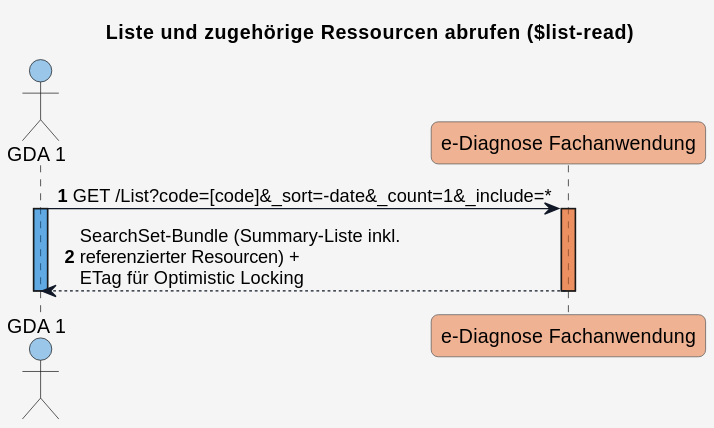
Earlier version of the PlantUML export input/images/plantuml/read.svg (HL7Austria/ELGA-e-Diagnose-R4). Its diagram source:
```plantuml
@startuml
title Liste und zugehörige Ressourcen abrufen ($list-read)

skinparam borderColor #000000
skinparam backgroundColor #f5f5f5
skinparam shadowing false
skinparam roundCorner 10
skinparam defaultFontName "Arial"
skinparam defaultFontSize 14
skinparam defaultFontColor #000000

skinparam note {
  BackgroundColor #e0e5f0-#d1d9e6
  BorderColor #8b95a5
  BorderThickness 1
  RoundCorner 8
  Padding 6
  FontColor #111827
  Shadowing true
}

skinparam HyperlinkColor #0000EE
skinparam HyperlinkUnderline false

skinparam sequence {
  ParticipantBorderColor #555555
  ParticipantBackgroundColor #ffffff
  ParticipantFontColor #000000
  ParticipantFontSize 14
  ParticipantPadding 20
  ArrowColor #111827
  ArrowThickness 1
  ArrowFontColor #000000
  ArrowFontSize 13
  GroupBorderColor #111827
  GroupBackgroundColor #eef2ff
  GroupBorderThickness 2
}

!define COLOR_GDA_1    #0078D460
!define COLOR_GDA_2    #8764B860
!define COLOR_PATIENT  #00950560
!define COLOR_APO      #00B7C360
!define COLOR_DIAG_FA  #E9713280
!define COLOR_E_REZEPT #E7485660

!define COLOR_OK       #50E6FF25
!define COLOR_ERROR    #FF8C0035

actor GDA_1 as "GDA 1" COLOR_GDA_1
participant eDiag_FA as "e-Diagnose Fachanwendung" COLOR_DIAG_FA

autonumber

GDA_1 -> eDiag_FA: GET /List?code=[code]&_sort=-date&_count=1&_include=*
activate GDA_1 COLOR_GDA_1
activate eDiag_FA COLOR_DIAG_FA

eDiag_FA --> GDA_1: SearchSet-Bundle (Summary-Liste inkl.\nreferenzierter Resourcen) + \nETag für Optimistic Locking

deactivate GDA_1
deactivate eDiag_FA
@enduml
```
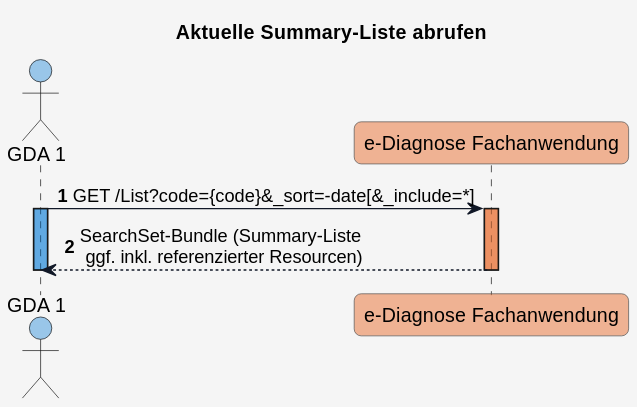
After the commit.

Commit message:
Review read summary list

The edit, as a diff of the source:
```diff
@@ -1,5 +1,5 @@
 @startuml
-title Liste und zugehörige Ressourcen abrufen ($list-read)
+title Aktuelle Summary-Liste abrufen
 
 skinparam borderColor #000000
 skinparam backgroundColor #f5f5f5
@@ -52,11 +52,11 @@
 
 autonumber
 
-GDA_1 -> eDiag_FA: GET /List?code=[code]&_sort=-date&_count=1&_include=*
+GDA_1 -> eDiag_FA: GET /List?code={code}&_sort=-date[&_include=*]
 activate GDA_1 COLOR_GDA_1
 activate eDiag_FA COLOR_DIAG_FA
 
-eDiag_FA --> GDA_1: SearchSet-Bundle (Summary-Liste inkl.\nreferenzierter Resourcen) + \nETag für Optimistic Locking
+eDiag_FA --> GDA_1: SearchSet-Bundle (Summary-Liste\n ggf. inkl. referenzierter Resourcen)
 
 deactivate GDA_1
 deactivate eDiag_FA
```
